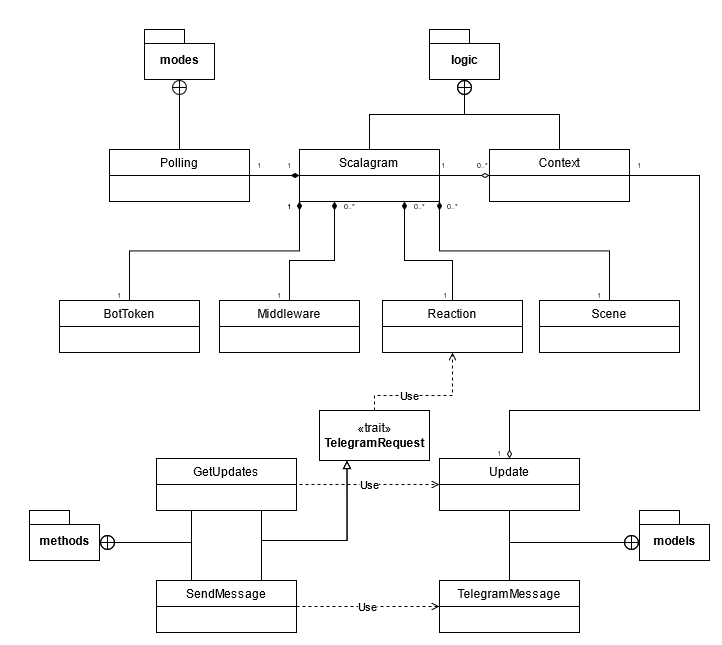
The draw.io diagram docs/img/code-organization.png in maciabit/PPS-19-scalagram, before a commit. Source tidied: cells renumbered, new cells last; positions are measured from the earlier drawing's top-left corner, leaving out a move shared by most shapes.
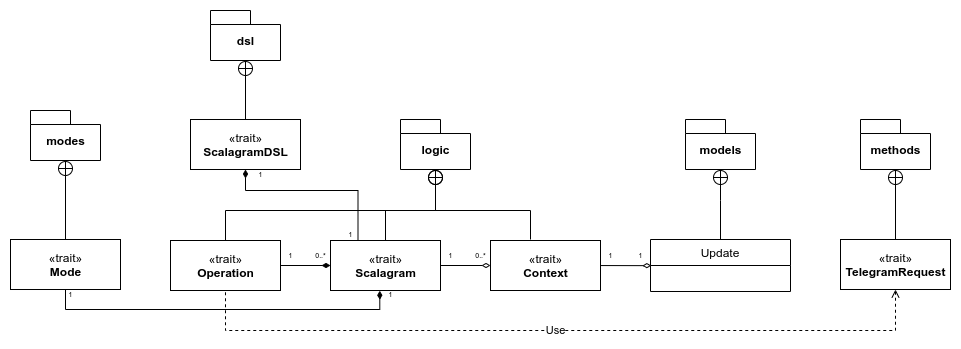
Later version of the same file.

Commit message:
Update diagrams; remove bounded context screenshot; update report.md

The edit, as a diff of the source:
```diff
@@ -2,195 +2,150 @@
   <root>
     <mxCell id="0" />
     <mxCell id="1" parent="0" />
-    <mxCell id="2" style="edgeStyle=orthogonalEdgeStyle;rounded=0;jettySize=auto;html=1;exitX=0;exitY=0;exitDx=70;exitDy=32;exitPerimeter=0;entryX=0.25;entryY=0;entryDx=0;entryDy=0;startArrow=circlePlus;startFill=0;endArrow=none;endFill=0;strokeColor=#000000;" parent="1" edge="1" source="4" target="47">
+    <mxCell id="2" style="edgeStyle=orthogonalEdgeStyle;rounded=0;jettySize=auto;html=1;exitX=0.5;exitY=1;exitDx=0;exitDy=0;exitPerimeter=0;startArrow=circlePlus;startFill=0;endArrow=none;endFill=0;strokeColor=#000000;entryX=0.5;entryY=0;entryDx=0;entryDy=0;" parent="1" edge="1" source="4" target="29">
       <mxGeometry relative="1" as="geometry" />
     </mxCell>
-    <mxCell id="3" style="edgeStyle=orthogonalEdgeStyle;rounded=0;jettySize=auto;html=1;entryX=0.25;entryY=1;entryDx=0;entryDy=0;startArrow=circlePlus;startFill=0;endArrow=none;endFill=0;strokeColor=#000000;exitX=0;exitY=0;exitDx=70;exitDy=32;exitPerimeter=0;" parent="1" edge="1" source="4" target="27">
-      <mxGeometry relative="1" as="geometry" />
-    </mxCell>
     <mxCell id="4" value="methods" style="shape=folder;fontStyle=1;spacingTop=10;tabWidth=40;tabHeight=14;tabPosition=left;html=1;" parent="1" vertex="1">
-      <mxGeometry y="481" width="70" height="50" as="geometry" />
+      <mxGeometry x="820" width="70" height="50" as="geometry" />
     </mxCell>
-    <mxCell id="5" style="edgeStyle=orthogonalEdgeStyle;rounded=0;jettySize=auto;html=1;exitX=0;exitY=0;exitDx=0;exitDy=32;exitPerimeter=0;entryX=0.5;entryY=1;entryDx=0;entryDy=0;startArrow=circlePlus;startFill=0;endArrow=none;endFill=0;strokeColor=#000000;" parent="1" edge="1" source="7" target="23">
-      <mxGeometry relative="1" as="geometry" />
+    <mxCell id="5" style="edgeStyle=orthogonalEdgeStyle;rounded=0;jettySize=auto;html=1;exitX=0.5;exitY=1;exitDx=0;exitDy=0;exitPerimeter=0;entryX=0.5;entryY=0;entryDx=0;entryDy=0;startArrow=circlePlus;startFill=0;endArrow=none;endFill=0;strokeColor=#000000;" parent="1" edge="1" source="7" target="23">
+      <mxGeometry relative="1" as="geometry">
+        <Array as="points">
+          <mxPoint x="680" y="81" />
+          <mxPoint x="680" y="81" />
+        </Array>
+      </mxGeometry>
     </mxCell>
-    <mxCell id="6" style="edgeStyle=orthogonalEdgeStyle;rounded=0;jettySize=auto;html=1;entryX=0.5;entryY=0;entryDx=0;entryDy=0;startArrow=circlePlus;startFill=0;endArrow=none;endFill=0;strokeColor=#000000;" parent="1" edge="1" target="24">
-      <mxGeometry relative="1" as="geometry">
-        <mxPoint x="610" y="513" as="sourcePoint" />
-      </mxGeometry>
-    </mxCell>
     <mxCell id="7" value="models" style="shape=folder;fontStyle=1;spacingTop=10;tabWidth=40;tabHeight=14;tabPosition=left;html=1;" parent="1" vertex="1">
-      <mxGeometry x="610" y="481" width="70" height="50" as="geometry" />
+      <mxGeometry x="645" width="70" height="50" as="geometry" />
     </mxCell>
-    <mxCell id="8" style="edgeStyle=orthogonalEdgeStyle;rounded=0;jettySize=auto;html=1;exitX=0.5;exitY=1;exitDx=0;exitDy=0;exitPerimeter=0;entryX=0.5;entryY=0;entryDx=0;entryDy=0;startArrow=circlePlus;startFill=0;endArrow=none;endFill=0;strokeColor=#000000;" parent="1" edge="1" source="10" target="19">
-      <mxGeometry relative="1" as="geometry" />
+    <mxCell id="8" style="edgeStyle=orthogonalEdgeStyle;rounded=0;jettySize=auto;html=1;exitX=0.5;exitY=1;exitDx=0;exitDy=0;exitPerimeter=0;entryX=0.5;entryY=0;entryDx=0;entryDy=0;startArrow=circlePlus;startFill=0;endArrow=none;endFill=0;strokeColor=#000000;" parent="1" edge="1" source="10">
+      <mxGeometry relative="1" as="geometry">
+        <mxPoint x="490" y="120" as="targetPoint" />
+        <Array as="points">
+          <mxPoint x="395" y="91" />
+          <mxPoint x="490" y="91" />
+        </Array>
+      </mxGeometry>
     </mxCell>
-    <mxCell id="9" style="edgeStyle=orthogonalEdgeStyle;rounded=0;jettySize=auto;html=1;exitX=0.5;exitY=1;exitDx=0;exitDy=0;exitPerimeter=0;entryX=0.5;entryY=0;entryDx=0;entryDy=0;startArrow=circlePlus;startFill=0;endArrow=none;endFill=0;strokeColor=#000000;" parent="1" edge="1" source="10" target="17">
-      <mxGeometry relative="1" as="geometry" />
-    </mxCell>
     <mxCell id="10" value="logic" style="shape=folder;fontStyle=1;spacingTop=10;tabWidth=40;tabHeight=14;tabPosition=left;html=1;" parent="1" vertex="1">
-      <mxGeometry x="400" width="70" height="50" as="geometry" />
+      <mxGeometry x="360" width="70" height="50" as="geometry" />
     </mxCell>
     <mxCell id="11" value="modes" style="shape=folder;fontStyle=1;spacingTop=10;tabWidth=40;tabHeight=14;tabPosition=left;html=1;" parent="1" vertex="1">
-      <mxGeometry x="115" width="70" height="50" as="geometry" />
+      <mxGeometry x="-10" y="-9" width="70" height="50" as="geometry" />
     </mxCell>
-    <mxCell id="12" style="edgeStyle=orthogonalEdgeStyle;rounded=0;jettySize=auto;html=1;exitX=0;exitY=1;exitDx=0;exitDy=0;entryX=0.5;entryY=0;entryDx=0;entryDy=0;startArrow=diamondThin;startFill=1;endArrow=none;endFill=0;targetPerimeterSpacing=0;strokeColor=#000000;fontSize=9;" parent="1" edge="1" source="17" target="30">
-      <mxGeometry relative="1" as="geometry" />
-    </mxCell>
-    <mxCell id="13" style="edgeStyle=orthogonalEdgeStyle;rounded=0;jettySize=auto;html=1;exitX=1;exitY=1;exitDx=0;exitDy=0;entryX=0.5;entryY=0;entryDx=0;entryDy=0;startArrow=diamondThin;startFill=1;endArrow=none;endFill=0;targetPerimeterSpacing=0;strokeColor=#000000;fontSize=9;" parent="1" edge="1" source="17" target="33">
-      <mxGeometry relative="1" as="geometry" />
-    </mxCell>
-    <mxCell id="14" style="edgeStyle=orthogonalEdgeStyle;rounded=0;jettySize=auto;html=1;exitX=0.75;exitY=1;exitDx=0;exitDy=0;entryX=0.5;entryY=0;entryDx=0;entryDy=0;startArrow=diamondThin;startFill=1;endArrow=none;endFill=0;targetPerimeterSpacing=0;strokeColor=#000000;fontSize=9;" parent="1" edge="1" source="17" target="32">
-      <mxGeometry relative="1" as="geometry">
-        <Array as="points">
-          <mxPoint x="375" y="231" />
-          <mxPoint x="423" y="231" />
-        </Array>
-      </mxGeometry>
+    <mxCell id="14" style="edgeStyle=orthogonalEdgeStyle;rounded=0;jettySize=auto;html=1;exitX=0;exitY=0.5;exitDx=0;exitDy=0;startArrow=diamondThin;startFill=1;endArrow=none;endFill=0;targetPerimeterSpacing=0;strokeColor=#000000;fontSize=9;entryX=1;entryY=0.5;entryDx=0;entryDy=0;" parent="1" edge="1" source="58" target="53">
+      <mxGeometry relative="1" as="geometry" />
     </mxCell>
-    <mxCell id="15" style="edgeStyle=orthogonalEdgeStyle;rounded=0;jettySize=auto;html=1;exitX=0.25;exitY=1;exitDx=0;exitDy=0;entryX=0.5;entryY=0;entryDx=0;entryDy=0;startArrow=diamondThin;startFill=1;endArrow=none;endFill=0;targetPerimeterSpacing=0;strokeColor=#000000;fontSize=9;" parent="1" edge="1" source="17" target="31">
-      <mxGeometry relative="1" as="geometry">
-        <Array as="points">
-          <mxPoint x="305" y="231" />
-          <mxPoint x="260" y="231" />
-        </Array>
-      </mxGeometry>
-    </mxCell>
-    <mxCell id="16" style="edgeStyle=orthogonalEdgeStyle;rounded=0;jettySize=auto;html=1;exitX=1;exitY=0.5;exitDx=0;exitDy=0;entryX=0;entryY=0.5;entryDx=0;entryDy=0;startArrow=none;startFill=0;endArrow=diamondThin;endFill=0;targetPerimeterSpacing=0;strokeColor=#000000;fontSize=7;" parent="1" edge="1" source="17" target="19">
+    <mxCell id="16" style="edgeStyle=orthogonalEdgeStyle;rounded=0;jettySize=auto;html=1;exitX=1;exitY=0.5;exitDx=0;exitDy=0;entryX=0;entryY=0.5;entryDx=0;entryDy=0;startArrow=none;startFill=0;endArrow=diamondThin;endFill=0;targetPerimeterSpacing=0;strokeColor=#000000;fontSize=7;" parent="1" edge="1" source="58" target="60">
       <mxGeometry relative="1" as="geometry" />
     </mxCell>
-    <mxCell id="17" value="Scalagram" style="swimlane;fontStyle=0;horizontal=1;startSize=26;fillColor=none;" parent="1" vertex="1">
-      <mxGeometry x="270" y="120" width="140" height="52" as="geometry" />
-    </mxCell>
-    <mxCell id="18" style="edgeStyle=orthogonalEdgeStyle;rounded=0;jettySize=auto;html=1;entryX=0.5;entryY=0;entryDx=0;entryDy=0;endArrow=diamondThin;endFill=0;" parent="1" edge="1" source="19" target="23">
+    <mxCell id="18" style="edgeStyle=orthogonalEdgeStyle;rounded=0;jettySize=auto;html=1;endArrow=diamondThin;endFill=0;entryX=0.006;entryY=0.503;entryDx=0;entryDy=0;entryPerimeter=0;exitX=1;exitY=0.5;exitDx=0;exitDy=0;" parent="1" edge="1" source="60" target="23">
       <mxGeometry relative="1" as="geometry">
         <Array as="points">
-          <mxPoint x="670" y="146" />
-          <mxPoint x="670" y="381" />
-          <mxPoint x="480" y="381" />
+          <mxPoint x="540" y="146" />
         </Array>
       </mxGeometry>
     </mxCell>
-    <mxCell id="19" value="Context" style="swimlane;fontStyle=0;horizontal=1;startSize=26;fillColor=none;" parent="1" vertex="1">
-      <mxGeometry x="460" y="120" width="140" height="52" as="geometry" />
-    </mxCell>
-    <mxCell id="20" style="edgeStyle=orthogonalEdgeStyle;rounded=0;jettySize=auto;html=1;exitX=1;exitY=0.5;exitDx=0;exitDy=0;entryX=0;entryY=0.5;entryDx=0;entryDy=0;startArrow=none;startFill=0;endArrow=diamondThin;endFill=1;targetPerimeterSpacing=0;strokeColor=#000000;fontSize=7;" parent="1" edge="1" source="21" target="17">
-      <mxGeometry relative="1" as="geometry" />
+    <mxCell id="20" style="edgeStyle=orthogonalEdgeStyle;rounded=0;jettySize=auto;html=1;exitX=0.5;exitY=1;exitDx=0;exitDy=0;entryX=0.448;entryY=1.005;entryDx=0;entryDy=0;startArrow=none;startFill=0;endArrow=diamondThin;endFill=1;targetPerimeterSpacing=0;strokeColor=#000000;fontSize=7;entryPerimeter=0;" parent="1" edge="1" source="52" target="58">
+      <mxGeometry relative="1" as="geometry">
+        <Array as="points">
+          <mxPoint x="25" y="190" />
+          <mxPoint x="339" y="190" />
+        </Array>
+      </mxGeometry>
     </mxCell>
-    <mxCell id="21" value="Polling" style="swimlane;fontStyle=0;horizontal=1;startSize=26;fillColor=none;" parent="1" vertex="1">
-      <mxGeometry x="80" y="120" width="140" height="52" as="geometry" />
-    </mxCell>
-    <mxCell id="22" style="endArrow=none;startArrow=circlePlus;endFill=0;startFill=0;endSize=8;html=1;entryX=0.5;entryY=0;entryDx=0;entryDy=0;exitX=0.5;exitY=1;exitDx=0;exitDy=0;exitPerimeter=0;" parent="1" edge="1" source="11" target="21">
+    <mxCell id="22" style="endArrow=none;startArrow=circlePlus;endFill=0;startFill=0;endSize=8;html=1;entryX=0.5;entryY=0;entryDx=0;entryDy=0;exitX=0.5;exitY=1;exitDx=0;exitDy=0;exitPerimeter=0;" parent="1" edge="1" source="11" target="52">
       <mxGeometry relative="1" as="geometry" />
     </mxCell>
     <mxCell id="23" value="Update" style="swimlane;fontStyle=0;horizontal=1;startSize=26;fillColor=none;" parent="1" vertex="1">
-      <mxGeometry x="410" y="429" width="140" height="52" as="geometry" />
+      <mxGeometry x="610" y="120" width="140" height="52" as="geometry" />
     </mxCell>
-    <mxCell id="24" value="TelegramMessage" style="swimlane;fontStyle=0;horizontal=1;startSize=26;fillColor=none;" parent="1" vertex="1">
-      <mxGeometry x="410" y="551" width="140" height="52" as="geometry" />
-    </mxCell>
-    <mxCell id="25" value="Use" style="edgeStyle=orthogonalEdgeStyle;rounded=0;jettySize=auto;html=1;exitX=1;exitY=0.5;exitDx=0;exitDy=0;entryX=0;entryY=0.5;entryDx=0;entryDy=0;startArrow=none;startFill=0;endArrow=open;endFill=0;targetPerimeterSpacing=0;strokeColor=#000000;dashed=1;" parent="1" edge="1" source="47" target="24">
-      <mxGeometry relative="1" as="geometry" />
-    </mxCell>
-    <mxCell id="26" value="Use" style="edgeStyle=orthogonalEdgeStyle;rounded=0;orthogonalLoop=1;jettySize=auto;html=1;dashed=1;startArrow=none;startFill=0;endArrow=open;endFill=0;targetPerimeterSpacing=0;strokeColor=#000000;" parent="1" edge="1">
-      <mxGeometry relative="1" as="geometry">
-        <mxPoint x="270" y="455" as="sourcePoint" />
-        <mxPoint x="410" y="455" as="targetPoint" />
-        <Array as="points">
-          <mxPoint x="410" y="455" />
-          <mxPoint x="410" y="455" />
-        </Array>
-      </mxGeometry>
-    </mxCell>
-    <mxCell id="27" value="GetUpdates" style="swimlane;fontStyle=0;horizontal=1;startSize=26;fillColor=none;" parent="1" vertex="1">
-      <mxGeometry x="127" y="429" width="140" height="52" as="geometry" />
-    </mxCell>
-    <mxCell id="28" style="edgeStyle=orthogonalEdgeStyle;rounded=0;jettySize=auto;html=1;exitX=0.25;exitY=1;exitDx=0;exitDy=0;entryX=0.75;entryY=1;entryDx=0;entryDy=0;startArrow=block;startFill=0;endArrow=none;endFill=0;strokeColor=#000000;" parent="1" edge="1" source="29" target="27">
-      <mxGeometry relative="1" as="geometry">
-        <Array as="points">
-          <mxPoint x="318" y="511" />
-          <mxPoint x="232" y="511" />
-        </Array>
-      </mxGeometry>
-    </mxCell>
     <mxCell id="29" value="«trait»&lt;br&gt;&lt;div&gt;&lt;b&gt;TelegramRequest&lt;/b&gt;&lt;br&gt;&lt;/div&gt;" style="html=1;" parent="1" vertex="1">
-      <mxGeometry x="290" y="381" width="110" height="50" as="geometry" />
+      <mxGeometry x="800" y="120" width="110" height="50" as="geometry" />
     </mxCell>
-    <mxCell id="30" value="BotToken" style="swimlane;fontStyle=0;horizontal=1;startSize=26;fillColor=none;" parent="1" vertex="1">
-      <mxGeometry x="30" y="271" width="140" height="52" as="geometry" />
-    </mxCell>
-    <mxCell id="31" value="Middleware" style="swimlane;fontStyle=0;horizontal=1;startSize=26;fillColor=none;" parent="1" vertex="1">
-      <mxGeometry x="190" y="271" width="140" height="52" as="geometry" />
-    </mxCell>
-    <mxCell id="32" value="Reaction" style="swimlane;fontStyle=0;horizontal=1;startSize=26;fillColor=none;" parent="1" vertex="1">
-      <mxGeometry x="353" y="271" width="140" height="52" as="geometry" />
-    </mxCell>
-    <mxCell id="33" value="Scene" style="swimlane;fontStyle=0;horizontal=1;startSize=26;fillColor=none;" parent="1" vertex="1">
-      <mxGeometry x="510" y="271" width="140" height="52" as="geometry" />
-    </mxCell>
-    <mxCell id="34" value="1" style="text;html=1;align=center;verticalAlign=middle;fontSize=7;" parent="1" vertex="1">
-      <mxGeometry x="250" y="172" width="20" height="10" as="geometry" />
-    </mxCell>
-    <mxCell id="35" value="1" style="text;html=1;align=center;verticalAlign=middle;fontSize=7;" parent="1" vertex="1">
-      <mxGeometry x="80" y="261" width="20" height="10" as="geometry" />
-    </mxCell>
-    <mxCell id="36" value="1" style="text;html=1;align=center;verticalAlign=middle;fontSize=7;" parent="1" vertex="1">
-      <mxGeometry x="240" y="261" width="20" height="10" as="geometry" />
-    </mxCell>
-    <mxCell id="37" value="1" style="text;html=1;align=center;verticalAlign=middle;fontSize=7;" parent="1" vertex="1">
-      <mxGeometry x="406" y="261" width="20" height="10" as="geometry" />
-    </mxCell>
-    <mxCell id="38" value="1" style="text;html=1;align=center;verticalAlign=middle;fontSize=7;" parent="1" vertex="1">
-      <mxGeometry x="560" y="261" width="20" height="10" as="geometry" />
-    </mxCell>
     <mxCell id="39" value="0..*" style="text;html=1;align=center;verticalAlign=middle;fontSize=7;" parent="1" vertex="1">
-      <mxGeometry x="380" y="172" width="20" height="10" as="geometry" />
+      <mxGeometry x="270" y="131" width="20" height="10" as="geometry" />
     </mxCell>
-    <mxCell id="40" value="0..*" style="text;html=1;align=center;verticalAlign=middle;fontSize=7;" parent="1" vertex="1">
-      <mxGeometry x="310" y="172" width="20" height="10" as="geometry" />
-    </mxCell>
-    <mxCell id="41" value="0..*" style="text;html=1;align=center;verticalAlign=middle;fontSize=7;" parent="1" vertex="1">
-      <mxGeometry x="413" y="172" width="20" height="10" as="geometry" />
-    </mxCell>
     <mxCell id="42" value="1" style="text;html=1;align=center;verticalAlign=middle;fontSize=7;" parent="1" vertex="1">
-      <mxGeometry x="404" y="131" width="20" height="10" as="geometry" />
+      <mxGeometry x="400" y="131" width="20" height="10" as="geometry" />
     </mxCell>
     <mxCell id="43" value="0..*" style="text;html=1;align=center;verticalAlign=middle;fontSize=7;" parent="1" vertex="1">
-      <mxGeometry x="443" y="131" width="20" height="10" as="geometry" />
+      <mxGeometry x="430" y="131" width="20" height="10" as="geometry" />
     </mxCell>
-    <mxCell id="44" value="1" style="text;html=1;align=center;verticalAlign=middle;fontSize=7;" parent="1" vertex="1">
-      <mxGeometry x="250" y="172" width="20" height="10" as="geometry" />
-    </mxCell>
     <mxCell id="45" value="1" style="text;html=1;align=center;verticalAlign=middle;fontSize=7;" parent="1" vertex="1">
-      <mxGeometry x="220" y="131" width="20" height="10" as="geometry" />
+      <mxGeometry x="20" y="170" width="20" height="10" as="geometry" />
     </mxCell>
     <mxCell id="46" value="1" style="text;html=1;align=center;verticalAlign=middle;fontSize=7;" parent="1" vertex="1">
-      <mxGeometry x="250" y="131" width="20" height="10" as="geometry" />
+      <mxGeometry x="340" y="170" width="20" height="10" as="geometry" />
     </mxCell>
-    <mxCell id="47" value="SendMessage" style="swimlane;fontStyle=0;horizontal=1;startSize=26;fillColor=none;" parent="1" vertex="1">
-      <mxGeometry x="127" y="551" width="140" height="52" as="geometry" />
-    </mxCell>
-    <mxCell id="48" style="edgeStyle=orthogonalEdgeStyle;rounded=0;jettySize=auto;html=1;exitX=0.25;exitY=1;exitDx=0;exitDy=0;entryX=0.75;entryY=0;entryDx=0;entryDy=0;startArrow=block;startFill=0;endArrow=none;endFill=0;strokeColor=#000000;" parent="1" edge="1" source="29" target="47">
-      <mxGeometry relative="1" as="geometry">
-        <Array as="points">
-          <mxPoint x="318" y="511" />
-          <mxPoint x="232" y="511" />
-        </Array>
-      </mxGeometry>
-    </mxCell>
-    <mxCell id="49" value="Use" style="edgeStyle=orthogonalEdgeStyle;rounded=0;jettySize=auto;html=1;exitX=0.5;exitY=0;exitDx=0;exitDy=0;dashed=1;startArrow=none;startFill=0;endArrow=open;endFill=0;targetPerimeterSpacing=0;strokeColor=#000000;entryX=0.5;entryY=1;entryDx=0;entryDy=0;" parent="1" edge="1" source="29" target="32">
-      <mxGeometry x="-0.27" relative="1" as="geometry">
+    <mxCell id="49" value="Use" style="edgeStyle=orthogonalEdgeStyle;rounded=0;jettySize=auto;html=1;exitX=0.5;exitY=1;exitDx=0;exitDy=0;dashed=1;startArrow=open;startFill=0;endArrow=none;endFill=0;targetPerimeterSpacing=0;strokeColor=#000000;entryX=0.5;entryY=1;entryDx=0;entryDy=0;" parent="1" edge="1" source="29" target="53">
+      <mxGeometry x="0.01" relative="1" as="geometry">
         <Array as="points">
-          <mxPoint x="345" y="366" />
-          <mxPoint x="423" y="366" />
+          <mxPoint x="855" y="211" />
+          <mxPoint x="185" y="211" />
         </Array>
       </mxGeometry>
     </mxCell>
     <mxCell id="50" value="1" style="text;html=1;align=center;verticalAlign=middle;fontSize=7;" parent="1" vertex="1">
-      <mxGeometry x="600" y="131" width="20" height="10" as="geometry" />
+      <mxGeometry x="560" y="131" width="20" height="10" as="geometry" />
     </mxCell>
-    <mxCell id="51" value="1" style="text;html=1;align=center;verticalAlign=middle;fontSize=7;" parent="1" vertex="1">
-      <mxGeometry x="460" y="419" width="20" height="10" as="geometry" />
-    </mxCell>
+    <mxCell id="52" value="«trait»&lt;br&gt;&lt;div&gt;&lt;b&gt;Mode&lt;/b&gt;&lt;br&gt;&lt;/div&gt;" style="html=1;" parent="1" vertex="1">
+      <mxGeometry x="-30" y="120" width="110" height="50" as="geometry" />
+    </mxCell>
+    <mxCell id="53" value="«trait»&lt;br&gt;&lt;div&gt;&lt;b&gt;Operation&lt;/b&gt;&lt;br&gt;&lt;/div&gt;" style="html=1;" parent="1" vertex="1">
+      <mxGeometry x="130" y="121" width="110" height="50" as="geometry" />
+    </mxCell>
+    <mxCell id="54" value="1" style="text;html=1;align=center;verticalAlign=middle;fontSize=7;" parent="1" vertex="1">
+      <mxGeometry x="590" y="131" width="20" height="10" as="geometry" />
+    </mxCell>
+    <mxCell id="55" value="1" style="text;html=1;align=center;verticalAlign=middle;fontSize=7;" parent="1" vertex="1">
+      <mxGeometry x="240" y="131" width="20" height="10" as="geometry" />
+    </mxCell>
+    <mxCell id="56" style="edgeStyle=orthogonalEdgeStyle;rounded=0;jettySize=auto;html=1;exitX=0.5;exitY=1;exitDx=0;exitDy=0;exitPerimeter=0;entryX=0.5;entryY=0;entryDx=0;entryDy=0;startArrow=circlePlus;startFill=0;endArrow=none;endFill=0;strokeColor=#000000;" parent="1" edge="1" source="10" target="53">
+      <mxGeometry relative="1" as="geometry">
+        <Array as="points">
+          <mxPoint x="395" y="91" />
+          <mxPoint x="185" y="91" />
+        </Array>
+      </mxGeometry>
+    </mxCell>
+    <mxCell id="57" value="dsl" style="shape=folder;fontStyle=1;spacingTop=10;tabWidth=40;tabHeight=14;tabPosition=left;html=1;" parent="1" vertex="1">
+      <mxGeometry x="170" y="-109" width="70" height="50" as="geometry" />
+    </mxCell>
+    <mxCell id="58" value="«trait»&lt;br&gt;&lt;div&gt;&lt;b&gt;Scalagram&lt;/b&gt;&lt;br&gt;&lt;/div&gt;" style="html=1;" parent="1" vertex="1">
+      <mxGeometry x="290" y="121" width="110" height="50" as="geometry" />
+    </mxCell>
+    <mxCell id="59" value="«trait»&lt;br&gt;&lt;div&gt;&lt;b&gt;ScalagramDSL&lt;/b&gt;&lt;br&gt;&lt;/div&gt;" style="html=1;" parent="1" vertex="1">
+      <mxGeometry x="150" width="110" height="50" as="geometry" />
+    </mxCell>
+    <mxCell id="60" value="«trait»&lt;br&gt;&lt;div&gt;&lt;b&gt;Context&lt;/b&gt;&lt;br&gt;&lt;/div&gt;" style="html=1;" parent="1" vertex="1">
+      <mxGeometry x="450" y="121" width="110" height="50" as="geometry" />
+    </mxCell>
+    <mxCell id="61" style="edgeStyle=orthogonalEdgeStyle;rounded=0;jettySize=auto;html=1;exitX=0.5;exitY=1;exitDx=0;exitDy=0;exitPerimeter=0;startArrow=none;startFill=0;endArrow=none;endFill=0;strokeColor=#000000;entryX=0.5;entryY=0;entryDx=0;entryDy=0;" parent="1" edge="1" source="10" target="58">
+      <mxGeometry relative="1" as="geometry">
+        <Array as="points">
+          <mxPoint x="395" y="91" />
+          <mxPoint x="345" y="91" />
+        </Array>
+      </mxGeometry>
+    </mxCell>
+    <mxCell id="62" style="endArrow=none;startArrow=circlePlus;endFill=0;startFill=0;endSize=8;html=1;entryX=0.5;entryY=0;entryDx=0;entryDy=0;exitX=0.5;exitY=1;exitDx=0;exitDy=0;exitPerimeter=0;" parent="1" edge="1" source="57" target="59">
+      <mxGeometry relative="1" as="geometry" />
+    </mxCell>
+    <mxCell id="63" style="edgeStyle=orthogonalEdgeStyle;rounded=0;jettySize=auto;html=1;exitX=0.25;exitY=0;exitDx=0;exitDy=0;entryX=0.5;entryY=1;entryDx=0;entryDy=0;startArrow=none;startFill=0;endArrow=diamondThin;endFill=1;targetPerimeterSpacing=0;strokeColor=#000000;fontSize=7;" parent="1" edge="1" source="58" target="59">
+      <mxGeometry relative="1" as="geometry">
+        <Array as="points">
+          <mxPoint x="318" y="71" />
+          <mxPoint x="205" y="71" />
+        </Array>
+      </mxGeometry>
+    </mxCell>
+    <mxCell id="64" value="1" style="text;html=1;align=center;verticalAlign=middle;fontSize=7;" parent="1" vertex="1">
+      <mxGeometry x="300" y="110" width="20" height="10" as="geometry" />
+    </mxCell>
+    <mxCell id="65" value="1" style="text;html=1;align=center;verticalAlign=middle;fontSize=7;" parent="1" vertex="1">
+      <mxGeometry x="210" y="50" width="20" height="10" as="geometry" />
+    </mxCell>
   </root>
 </mxGraphModel>
```
